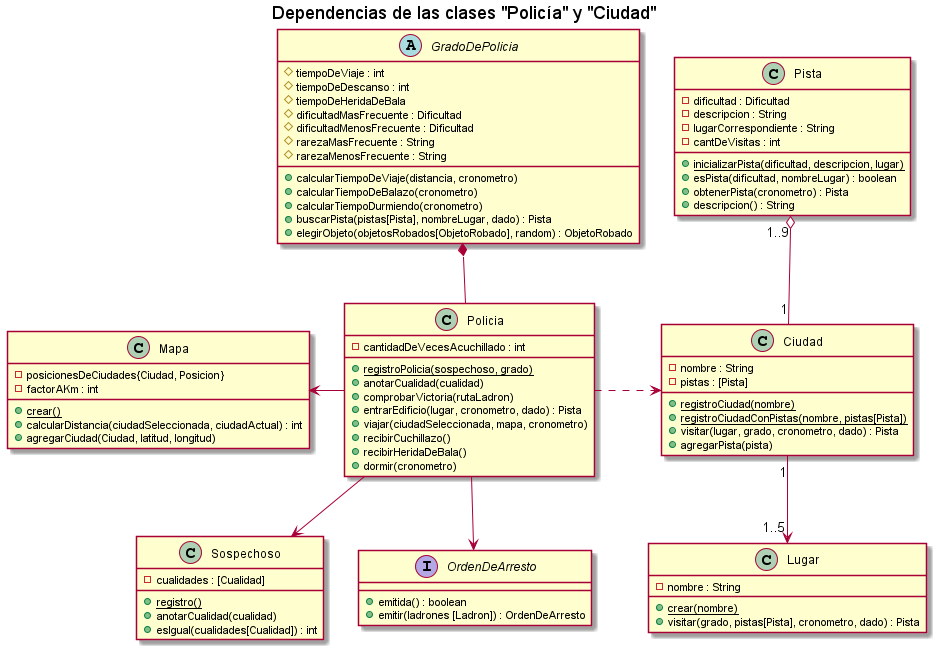
kmu01/Algo3_tp2 keeps this PlantUML diagram as diagrams/classes/entrega4/DC_Policía_y_Ciudad.png. Above is the earlier version. Its diagram source:
```plantuml
@startuml
title Dependencias de las clases "Policía" y "Ciudad"

class Ciudad{
    - nombre : String
    - pistas : [Pista]
    + {static} registroCiudad(nombre)
    + {static} registroCiudadConPistas(nombre, pistas[Pista])
    + visitar(lugar, grado, cronometro, dado) : Pista
    + agregarPista(pista)
}
class Policia{
        - cantidadDeVecesAcuchillado : int
        + {static} registroPolicia(sospechoso, grado)
        + anotarCualidad(cualidad)
        + comprobarVictoria(rutaLadron)
        + entrarEdificio(lugar, cronometro, dado) : Pista
        + viajar(ciudadSeleccionada, mapa, cronometro)
        + recibirCuchillazo()
        + recibirHeridaDeBala()
        + dormir(cronometro)
    }
class Mapa{
    - posicionesDeCiudades{Ciudad, Posicion}
    - factorAKm : int
    + {static} crear()
    + calcularDistancia(ciudadSeleccionada, ciudadActual) : int
    + agregarCiudad(Ciudad, latitud, longitud)
}

abstract class GradoDePolicia{
    # tiempoDeViaje : int
    # tiempoDeDescanso : int
    # tiempoDeHeridaDeBala
    # dificultadMasFrecuente : Dificultad
    # dificultadMenosFrecuente : Dificultad
    # rarezaMasFrecuente : String
    # rarezaMenosFrecuente : String
    + calcularTiempoDeViaje(distancia, cronometro)
    + calcularTiempoDeBalazo(cronometro)
    + calcularTiempoDurmiendo(cronometro)
    + buscarPista(pistas[Pista], nombreLugar, dado) : Pista
    + elegirObjeto(objetosRobados[ObjetoRobado], random) : ObjetoRobado
}
class Sospechoso{
    - cualidades : [Cualidad]
    + {static} registro()
    + anotarCualidad(cualidad)
    + esIgual(cualidades[Cualidad]) : int
}
class Lugar{
    - nombre : String
    + {static} crear(nombre)
    + visitar(grado, pistas[Pista], cronometro, dado) : Pista
}
class Pista{
    - dificultad : Dificultad
    - descripcion : String
    - lugarCorrespondiente : String
    - cantDeVisitas : int
    + {static} inicializarPista(dificultad, descripcion, lugar)
    + esPista(dificultad, nombreLugar) : boolean
    + obtenerPista(cronometro) : Pista
    + descripcion() : String
}
interface OrdenDeArresto{
    + emitida() : boolean
    + emitir(ladrones [Ladron]) : OrdenDeArresto
}

GradoDePolicia *-- Policia
Mapa <- Policia
Policia --> OrdenDeArresto
Policia --> Sospechoso
Policia .> Ciudad
Ciudad "1" --> "1..5"Lugar
Pista "1..9" o-- "1" Ciudad



@enduml
```
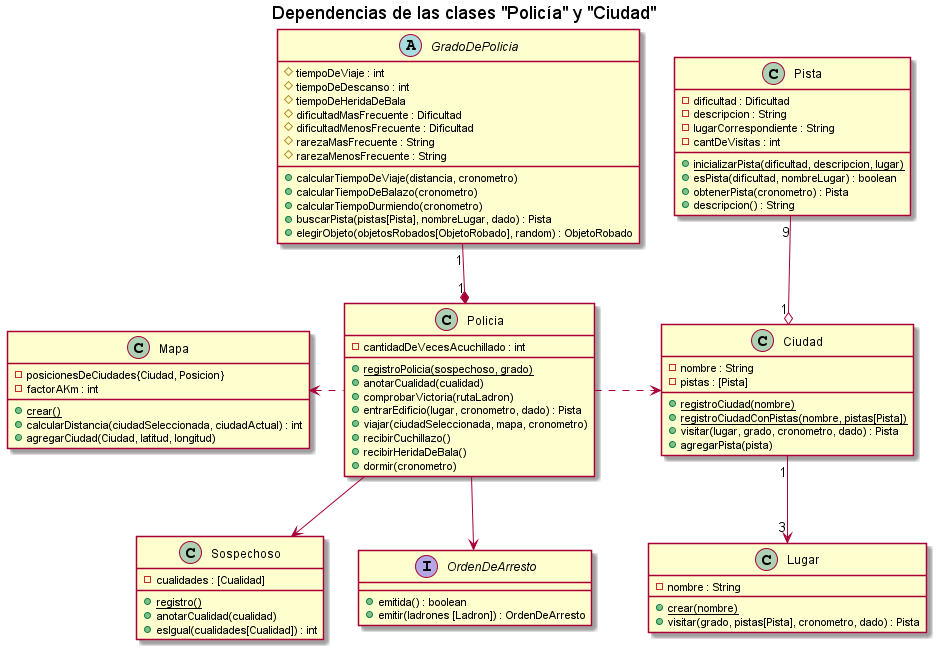
After the change.

The edit, as a diff of the source:
```diff
@@ -68,13 +68,13 @@
     + emitir(ladrones [Ladron]) : OrdenDeArresto
 }
 
-GradoDePolicia *-- Policia
-Mapa <- Policia
+GradoDePolicia "1" --* "1" Policia
+Mapa <. Policia
 Policia --> OrdenDeArresto
 Policia --> Sospechoso
 Policia .> Ciudad
-Ciudad "1" --> "1..5"Lugar
-Pista "1..9" o-- "1" Ciudad
+Ciudad "1" --> "3"Lugar
+Pista "9" --o "1" Ciudad
 
 
 
```
